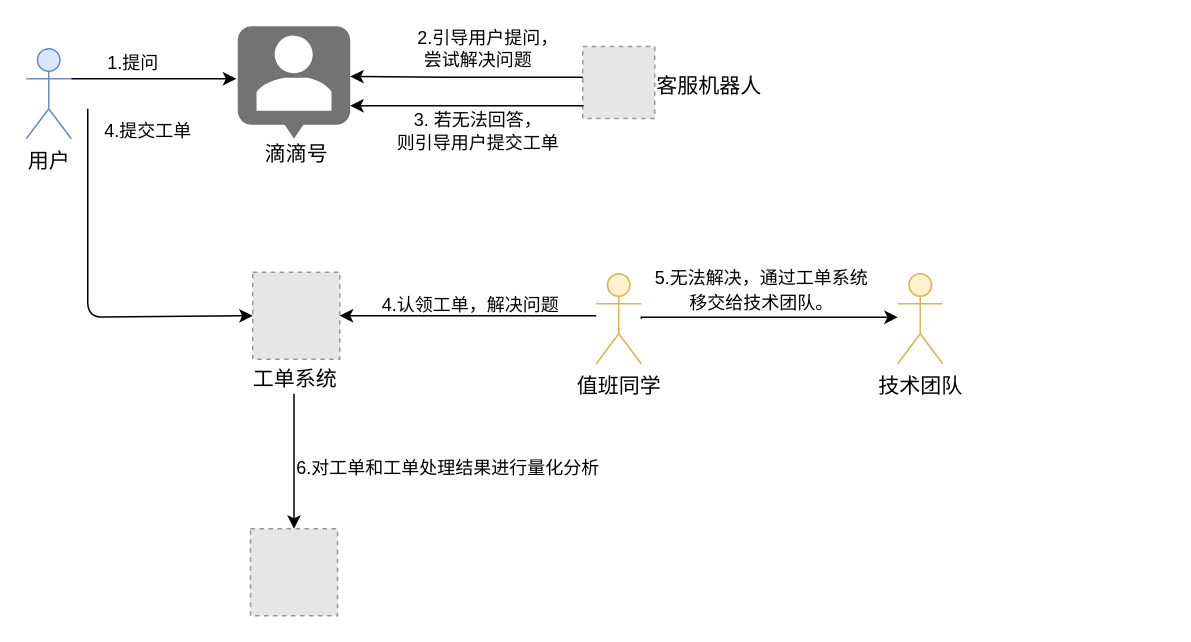
Earlier version of the draw.io diagram 新响应机制.drawio (watermoonlx/drawio). Source tidied: cells renumbered, new cells numbered last; positions are measured from the earlier drawing's top-left corner, leaving out a move shared by most shapes. Both pictures are drawn from the tidied source at 150%, with x=0, y=0 at pixel (26, 26). Pictures stored in the file or linked from it are replaced by grey dashed boxes.
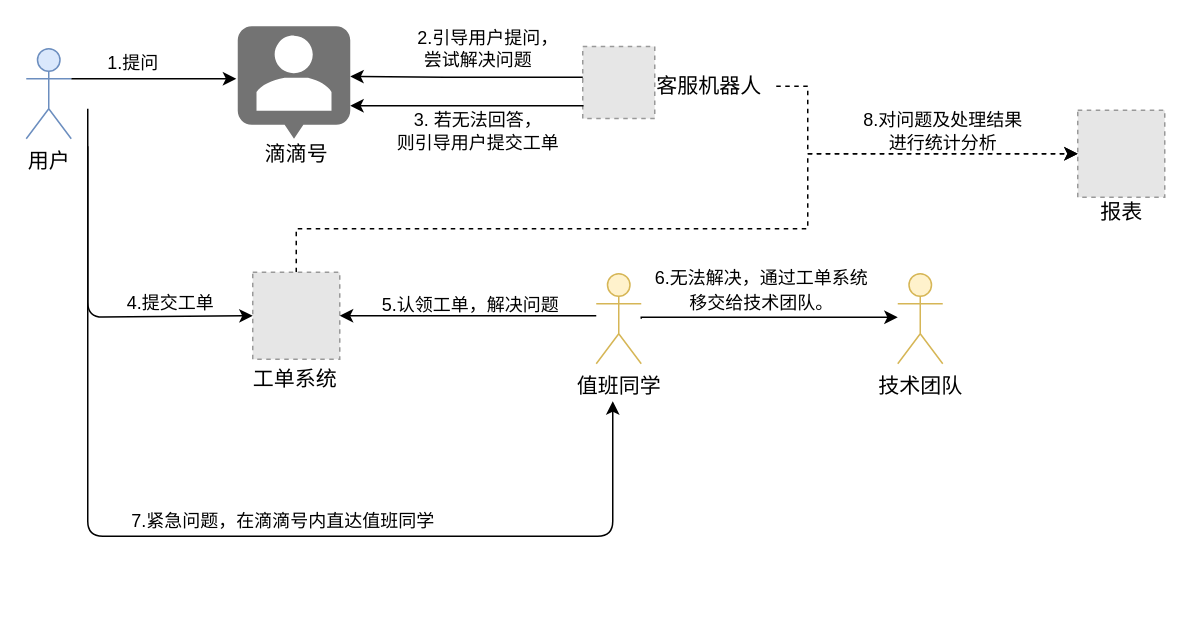
The same diagram, later.

Commit message:
Update 新响应机制.drawio

The change refers to these unchanged cells:
```xml
<mxCell id="10" style="fillColor=#E6E6E6;strokeColor=#999999;dashed=1;html=1;verticalAlign=top;verticalLabelPosition=bottom;labelBackgroundColor=#ffffff;" parent="1" vertex="1">
  <mxGeometry x="151" y="164" width="58" height="58" as="geometry" />
</mxCell>
<mxCell id="16" value="工单系统" style="text;html=1;align=center;verticalAlign=middle;points=[];fontSize=14;" parent="1" vertex="1">
  <mxGeometry x="143.5" y="225" width="70" height="20" as="geometry" />
</mxCell>
<mxCell id="25" value="客服机器人" style="text;html=1;align=center;verticalAlign=middle;points=[];fontSize=14;" parent="1" vertex="1">
  <mxGeometry x="410" y="30" width="90" height="20" as="geometry" />
</mxCell>
```

Change to the diagram source:
```diff
@@
+    <mxCell id="26" style="edgeStyle=orthogonalEdgeStyle;rounded=0;jettySize=auto;html=1;exitX=0.5;exitY=0;exitDx=0;exitDy=0;entryX=0;entryY=0.5;entryDx=0;entryDy=0;dashed=1;" parent="1" edge="1" source="10" target="23">
+      <mxGeometry relative="1" as="geometry">
+        <Array as="points">
+          <mxPoint x="180" y="135" />
+          <mxPoint x="521" y="135" />
+          <mxPoint x="521" y="85" />
+        </Array>
+      </mxGeometry>
+    </mxCell>
@@
     <mxCell id="14" value="4.提交工单" style="text;html=1;align=center;verticalAlign=middle;" parent="1" vertex="1">
-      <mxGeometry x="46" y="60" width="70" height="20" as="geometry" />
+      <mxGeometry x="61" y="175" width="70" height="20" as="geometry" />
     </mxCell>
-    <mxCell id="15" style="edgeStyle=orthogonalEdgeStyle;rounded=0;jettySize=auto;html=1;entryX=0.5;entryY=0;entryDx=0;entryDy=0;fontSize=14;" parent="1" edge="1" source="16" target="23">
-      <mxGeometry relative="1" as="geometry" />
-    </mxCell>
@@
-    <mxCell id="19" value="&lt;font style=&quot;font-size: 12px&quot;&gt;4.认领工单，解决问题&lt;/font&gt;" style="text;html=1;align=center;verticalAlign=middle;fontSize=14;" parent="1" vertex="1">
+    <mxCell id="19" value="&lt;font style=&quot;font-size: 12px&quot;&gt;5.认领工单，解决问题&lt;/font&gt;" style="text;html=1;align=center;verticalAlign=middle;fontSize=14;" parent="1" vertex="1">
       <mxGeometry x="231" y="175" width="130" height="20" as="geometry" />
     </mxCell>
@@
-    <mxCell id="22" value="&lt;font style=&quot;font-size: 12px&quot;&gt;5.无法解决，通过工单系统&lt;br&gt;移交给技术团队。&lt;/font&gt;" style="text;html=1;align=center;verticalAlign=middle;fontSize=14;" parent="1" vertex="1">
+    <mxCell id="22" value="&lt;font style=&quot;font-size: 12px&quot;&gt;6.无法解决，通过工单系统&lt;br&gt;移交给技术团队。&lt;/font&gt;" style="text;html=1;align=center;verticalAlign=middle;fontSize=14;" parent="1" vertex="1">
       <mxGeometry x="410" y="155" width="160" height="40" as="geometry" />
     </mxCell>
     <mxCell id="23" style="fillColor=#E6E6E6;strokeColor=#999999;dashed=1;html=1;verticalAlign=top;verticalLabelPosition=bottom;labelBackgroundColor=#ffffff;fontSize=14;" parent="1" vertex="1">
-      <mxGeometry x="149.5" y="335" width="58" height="58" as="geometry" />
+      <mxGeometry x="701" y="56" width="58" height="58" as="geometry" />
     </mxCell>
-    <mxCell id="24" value="6.对工单和工单处理结果进行量化分析" style="text;html=1;align=center;verticalAlign=middle;fontSize=12;" parent="1" vertex="1">
-      <mxGeometry x="171" y="285" width="220" height="20" as="geometry" />
+    <mxCell id="24" value="8.对问题及处理结果&lt;br&gt;进行统计分析" style="text;html=1;align=center;verticalAlign=middle;fontSize=12;" parent="1" vertex="1">
+      <mxGeometry x="551" y="55" width="120" height="30" as="geometry" />
     </mxCell>
+    <mxCell id="27" style="edgeStyle=orthogonalEdgeStyle;rounded=0;jettySize=auto;html=1;entryX=0;entryY=0.5;entryDx=0;entryDy=0;dashed=1;" parent="1" edge="1" source="25" target="23">
+      <mxGeometry relative="1" as="geometry">
+        <Array as="points">
+          <mxPoint x="521" y="40" />
+          <mxPoint x="521" y="85" />
+          <mxPoint x="701" y="85" />
+        </Array>
+      </mxGeometry>
+    </mxCell>
@@
+    <mxCell id="28" style="endArrow=classic;html=1;" parent="1" edge="1">
+      <mxGeometry relative="1" as="geometry">
+        <mxPoint x="41" y="80" as="sourcePoint" />
+        <mxPoint x="391" y="250" as="targetPoint" />
+        <Array as="points">
+          <mxPoint x="41" y="219" />
+          <mxPoint x="41" y="340" />
+          <mxPoint x="221" y="340" />
+          <mxPoint x="391" y="340" />
+          <mxPoint x="391" y="295" />
+        </Array>
+      </mxGeometry>
+    </mxCell>
+    <mxCell id="29" value="7.紧急问题，在滴滴号内直达值班同学" style="text;html=1;align=center;verticalAlign=middle;" parent="1" vertex="1">
+      <mxGeometry x="61" y="320" width="220" height="20" as="geometry" />
+    </mxCell>
+    <mxCell id="30" value="报表" style="text;html=1;align=center;verticalAlign=middle;fontSize=14;" parent="1" vertex="1">
+      <mxGeometry x="710" y="114" width="40" height="20" as="geometry" />
+    </mxCell>
```
